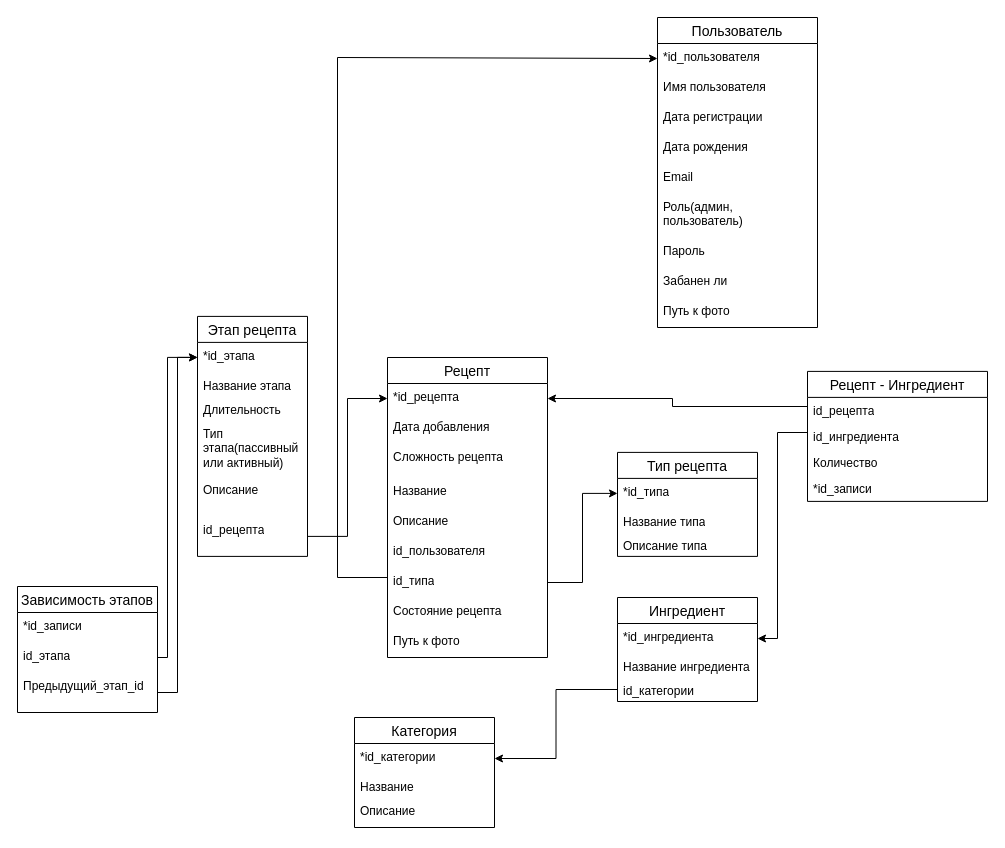
pestlain34/A_Graph-Based_System_for_Intelligent_Culinary_Process_Sequencing keeps this draw.io diagram as doc/relational.drawio. Above is the earlier version. Source tidied: cells renumbered, new cells numbered last; positions are measured from the earlier drawing's top-left corner, leaving out a move shared by most shapes. Both pictures are drawn from the tidied source at 100%, with x=0, y=0 at pixel (17, 17).
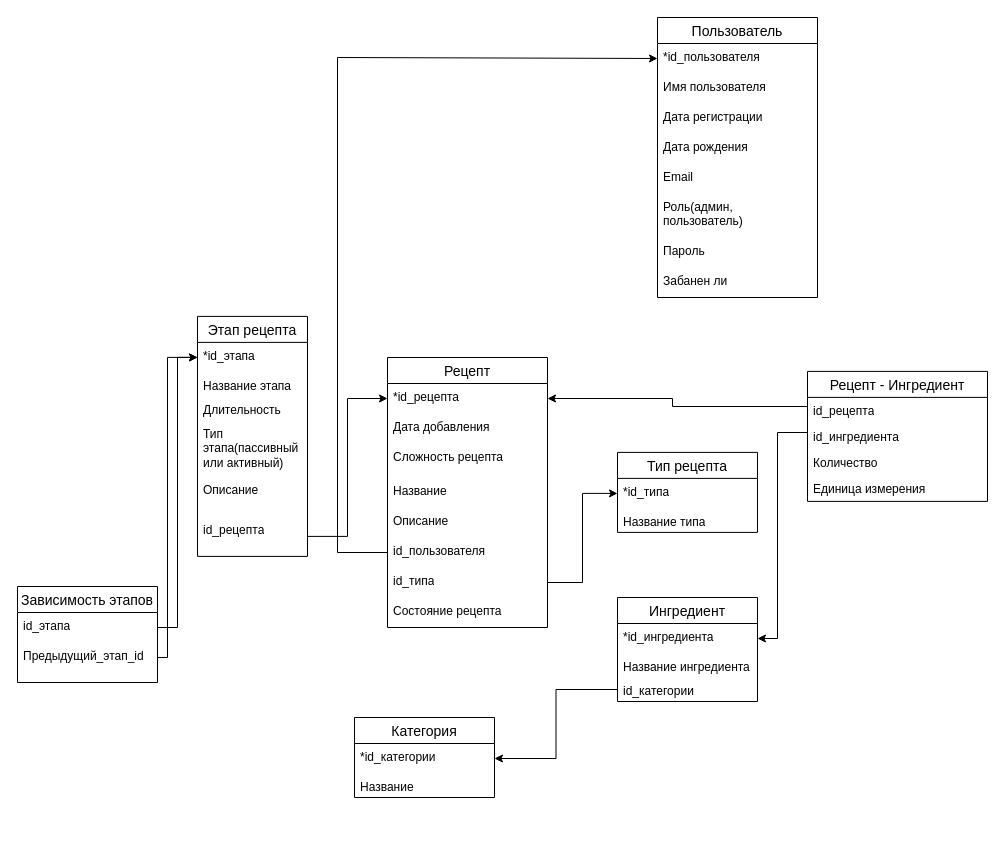
After the change.

Unchanged cells that the change refers to:
```xml
<mxCell id="3" value="*id_пользователя" style="text;strokeColor=none;fillColor=none;spacingLeft=4;spacingRight=4;overflow=hidden;points=[[0,0.5],[1,0.5]];portConstraint=eastwest;fontSize=12;whiteSpace=wrap;html=1;" parent="2" vertex="1">
  <mxGeometry y="26" width="160" height="30" as="geometry" />
</mxCell>
<mxCell id="18" value="id_пользователя" style="text;strokeColor=none;fillColor=none;spacingLeft=4;spacingRight=4;overflow=hidden;points=[[0,0.5],[1,0.5]];portConstraint=eastwest;fontSize=12;whiteSpace=wrap;html=1;" parent="12" vertex="1">
  <mxGeometry y="180" width="160" height="30" as="geometry" />
</mxCell>
<mxCell id="23" value="*id_этапа" style="text;strokeColor=none;fillColor=none;spacingLeft=4;spacingRight=4;overflow=hidden;points=[[0,0.5],[1,0.5]];portConstraint=eastwest;fontSize=12;whiteSpace=wrap;html=1;" parent="22" vertex="1">
  <mxGeometry y="26" width="110" height="30" as="geometry" />
</mxCell>
<mxCell id="41" value="Рецепт - Ингредиент" style="swimlane;fontStyle=0;horizontal=1;startSize=26;align=center;fontSize=14;" parent="1" vertex="1">
  <mxGeometry x="790" y="353.9" width="180" height="130" as="geometry" />
</mxCell>
```

Diff of the diagram source:
```diff
@@
     <mxCell id="2" value="Пользователь" style="swimlane;fontStyle=0;horizontal=1;startSize=26;align=center;fontSize=14;" parent="1" vertex="1">
-      <mxGeometry x="640" width="160" height="310" as="geometry" />
+      <mxGeometry x="640" width="160" height="280" as="geometry" />
     </mxCell>
@@
-    <mxCell id="11" value="Путь к фото" style="text;strokeColor=none;fillColor=none;spacingLeft=4;spacingRight=4;overflow=hidden;fontSize=12;whiteSpace=wrap;html=1;" parent="2" vertex="1">
-      <mxGeometry y="280" width="160" height="30" as="geometry" />
-    </mxCell>
     <mxCell id="12" value="Рецепт" style="swimlane;fontStyle=0;horizontal=1;startSize=26;align=center;fontSize=14;" parent="1" vertex="1">
-      <mxGeometry x="370" y="340" width="160" height="300" as="geometry" />
+      <mxGeometry x="370" y="340" width="160" height="270" as="geometry" />
     </mxCell>
@@
-    <mxCell id="21" value="Путь к фото" style="text;strokeColor=none;fillColor=none;spacingLeft=4;spacingRight=4;overflow=hidden;fontSize=12;whiteSpace=wrap;html=1;" parent="12" vertex="1">
-      <mxGeometry y="270" width="160" height="30" as="geometry" />
-    </mxCell>
@@
     <mxCell id="29" value="Зависимость этапов" style="swimlane;fontStyle=0;horizontal=1;startSize=26;align=center;fontSize=14;" parent="1" vertex="1">
-      <mxGeometry y="569" width="140" height="126" as="geometry" />
+      <mxGeometry y="569" width="140" height="96" as="geometry" />
     </mxCell>
-    <mxCell id="30" value="*id_записи" style="text;strokeColor=none;fillColor=none;spacingLeft=4;spacingRight=4;overflow=hidden;fontSize=12;whiteSpace=wrap;html=1;" parent="29" vertex="1">
-      <mxGeometry y="26" width="140" height="30" as="geometry" />
-    </mxCell>
     <mxCell id="31" value="id_этапа" style="text;strokeColor=none;fillColor=none;spacingLeft=4;spacingRight=4;overflow=hidden;points=[[0,0.5],[1,0.5]];portConstraint=eastwest;fontSize=12;whiteSpace=wrap;html=1;" parent="29" vertex="1">
-      <mxGeometry y="56" width="140" height="30" as="geometry" />
+      <mxGeometry y="26" width="140" height="30" as="geometry" />
     </mxCell>
     <mxCell id="32" value="Предыдущий_этап_id" style="text;strokeColor=none;fillColor=none;spacingLeft=4;spacingRight=4;overflow=hidden;points=[[0,0.5],[1,0.5]];portConstraint=eastwest;fontSize=12;whiteSpace=wrap;html=1;" parent="29" vertex="1">
-      <mxGeometry y="86" width="140" height="40" as="geometry" />
+      <mxGeometry y="56" width="140" height="40" as="geometry" />
     </mxCell>
@@
     <mxCell id="37" value="Категория" style="swimlane;fontStyle=0;horizontal=1;startSize=26;align=center;fontSize=14;" parent="1" vertex="1">
-      <mxGeometry x="337" y="700" width="140" height="110" as="geometry" />
+      <mxGeometry x="337" y="700" width="140" height="80" as="geometry" />
     </mxCell>
@@
-    <mxCell id="40" value="Описание" style="text;strokeColor=none;fillColor=none;spacingLeft=4;spacingRight=4;overflow=hidden;fontSize=12;whiteSpace=wrap;html=1;" parent="37" vertex="1">
-      <mxGeometry y="80" width="140" height="30" as="geometry" />
-    </mxCell>
@@
-    <mxCell id="45" value="*id_записи" style="text;strokeColor=none;fillColor=none;spacingLeft=4;spacingRight=4;overflow=hidden;fontSize=12;whiteSpace=wrap;html=1;" parent="41" vertex="1">
-      <mxGeometry y="104" width="180" height="26" as="geometry" />
-    </mxCell>
+    <mxCell id="58" value="Единица измерения" style="text;strokeColor=none;fillColor=none;spacingLeft=4;spacingRight=4;overflow=hidden;fontSize=12;whiteSpace=wrap;html=1;" parent="41" vertex="1">
+      <mxGeometry y="104" width="180" height="26" as="geometry" />
+    </mxCell>
     <mxCell id="46" style="edgeStyle=orthogonalEdgeStyle;rounded=0;jettySize=auto;html=1;exitX=0;exitY=0.5;exitDx=0;exitDy=0;entryX=0;entryY=0.5;entryDx=0;entryDy=0;" parent="1" edge="1" source="18" target="3">
       <mxGeometry relative="1" as="geometry">
         <Array as="points">
-          <mxPoint x="370" y="560" />
-          <mxPoint x="320" y="560" />
+          <mxPoint x="320" y="535" />
           <mxPoint x="320" y="40" />
+          <mxPoint x="640" y="40" />
         </Array>
       </mxGeometry>
     </mxCell>
@@
-    <mxCell id="51" style="edgeStyle=orthogonalEdgeStyle;rounded=0;jettySize=auto;html=1;entryX=0;entryY=0.5;entryDx=0;entryDy=0;" parent="1" edge="1" source="32" target="23">
-      <mxGeometry relative="1" as="geometry" />
-    </mxCell>
@@
     <mxCell id="53" value="Тип рецепта" style="swimlane;fontStyle=0;horizontal=1;startSize=26;align=center;fontSize=14;" parent="1" vertex="1">
-      <mxGeometry x="600" y="434.9" width="140" height="104" as="geometry" />
+      <mxGeometry x="600" y="434.9" width="140" height="80" as="geometry" />
     </mxCell>
@@
-    <mxCell id="56" value="Описание типа" style="text;strokeColor=none;fillColor=none;spacingLeft=4;spacingRight=4;overflow=hidden;fontSize=12;whiteSpace=wrap;html=1;" parent="53" vertex="1">
-      <mxGeometry y="80" width="140" height="24" as="geometry" />
-    </mxCell>
@@
+    <mxCell id="59" style="edgeStyle=orthogonalEdgeStyle;rounded=0;jettySize=auto;html=1;entryX=0;entryY=0.5;entryDx=0;entryDy=0;" parent="1" edge="1" source="31" target="23">
+      <mxGeometry relative="1" as="geometry" />
+    </mxCell>
```
